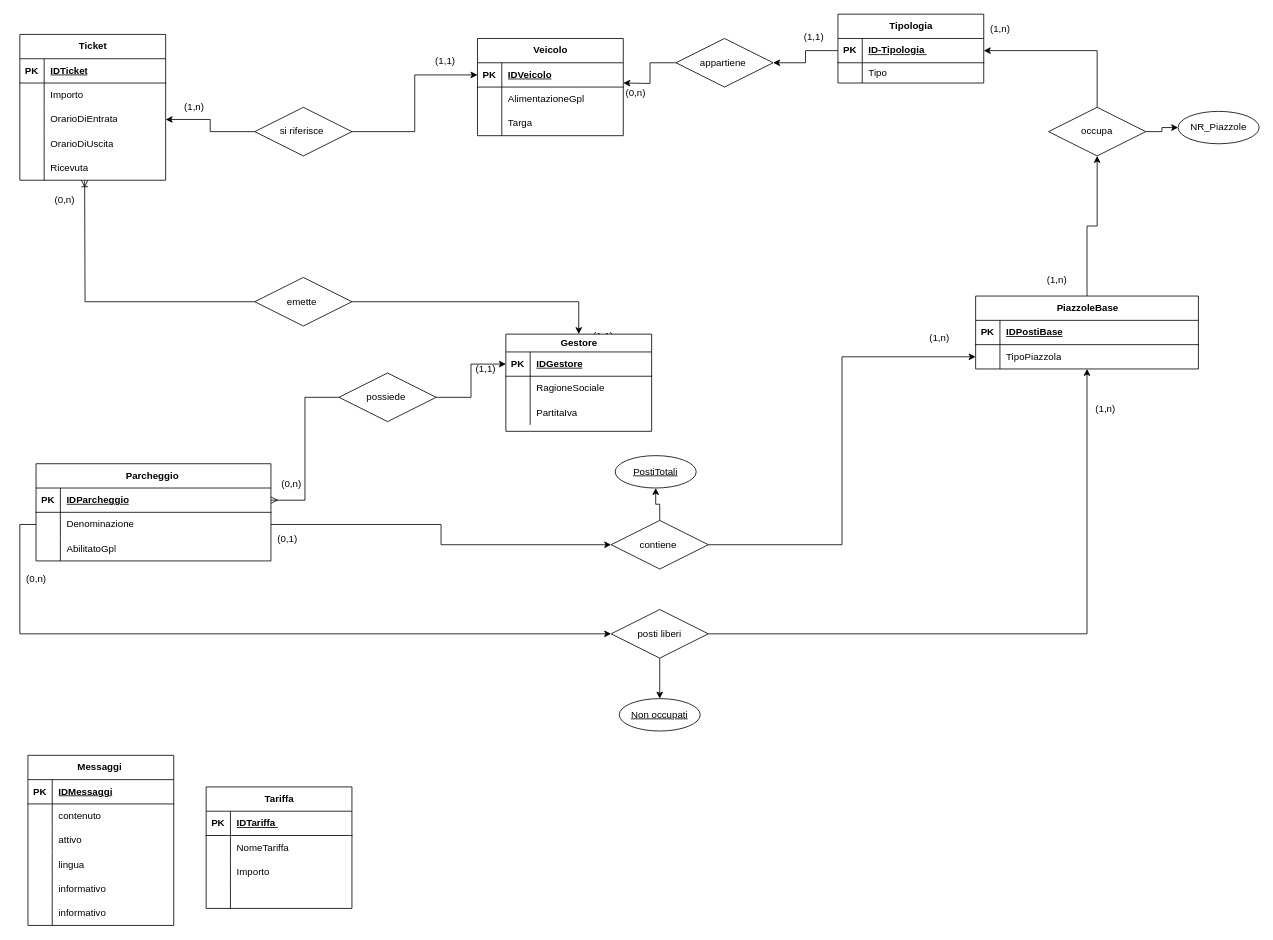
Above: page "schema logico" (1 of 2) of analisi/schema-logico-fisico.drawio in SuperMauro1966/Gestione_parcheggio (draw.io), before the change. Source tidied: cells renumbered, new cells numbered last; positions are measured from the earlier drawing's top-left corner, leaving out a move shared by most shapes. Both pictures are drawn from the tidied source at 81%, with x=0, y=0 at pixel (15, 14).
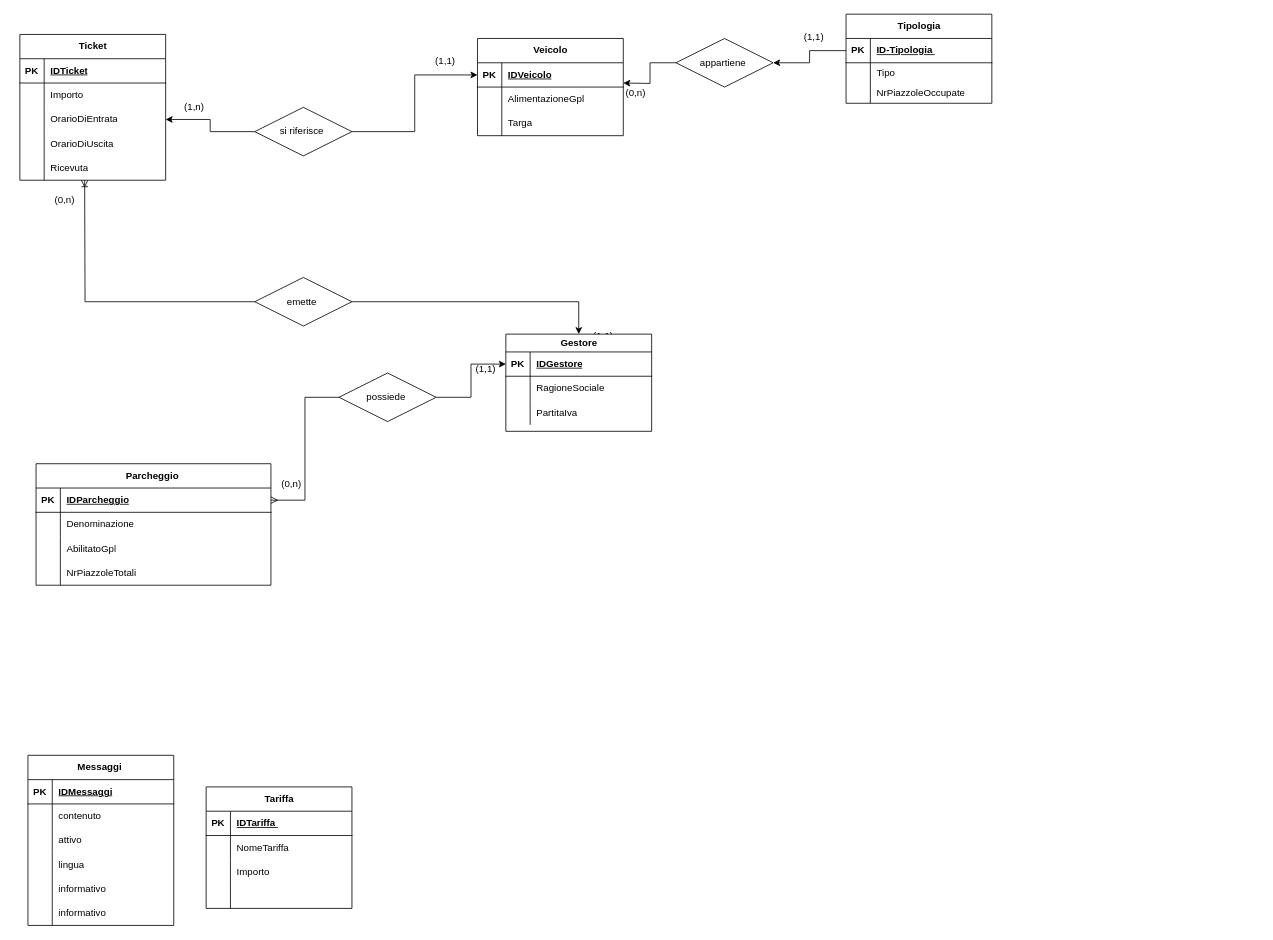
After the change.

Commit message (it also covers changes not shown here):
abbiamo modificato il numero delle piazzole, e abbiamo rimosso tutta la gestione delle piazzole

The change refers to these unchanged cells:
```xml
<mxCell id="18" style="shape=tableRow;horizontal=0;startSize=0;swimlaneHead=0;swimlaneBody=0;fillColor=none;points=[[0,0.5],[1,0.5]];portConstraint=eastwest;top=0;left=0;right=0;bottom=1;" parent="17" vertex="1">
  <mxGeometry y="30" width="180" height="30" as="geometry" />
</mxCell>
<mxCell id="69" style="shape=tableRow;horizontal=0;startSize=0;swimlaneHead=0;swimlaneBody=0;fillColor=none;points=[[0,0.5],[1,0.5]];portConstraint=eastwest;top=0;left=0;right=0;bottom=0;" parent="65" vertex="1">
  <mxGeometry y="60" width="290" height="30" as="geometry" />
</mxCell>
```

What changed in the source:
```diff
@@
     <mxCell id="17" value="Tipologia" style="shape=table;startSize=30;childLayout=tableLayout;rowLines=0;fontStyle=1;align=center;html=1;" parent="1" vertex="1">
-      <mxGeometry x="1015" width="180" height="85" as="geometry" />
+      <mxGeometry x="1025" width="180" height="110" as="geometry" />
     </mxCell>
@@
+    <mxCell id="135" style="shape=tableRow;horizontal=0;startSize=0;swimlaneHead=0;swimlaneBody=0;fillColor=none;top=0;left=0;right=0;bottom=0;" parent="17" vertex="1">
+      <mxGeometry y="85" width="180" height="25" as="geometry" />
+    </mxCell>
+    <mxCell id="136" style="shape=partialRectangle;fillColor=none;top=0;left=0;bottom=0;right=0;overflow=hidden;whiteSpace=wrap;html=1;" parent="135" vertex="1">
+      <mxGeometry width="30" height="25" as="geometry" />
+    </mxCell>
+    <mxCell id="137" value="NrPiazzoleOccupate" style="shape=partialRectangle;fillColor=none;top=0;left=0;bottom=0;right=0;align=left;spacingLeft=6;overflow=hidden;whiteSpace=wrap;html=1;" parent="135" vertex="1">
+      <mxGeometry x="30" width="150" height="25" as="geometry" />
+    </mxCell>
@@
     <mxCell id="65" value="Parcheggio&amp;nbsp;" style="shape=table;startSize=30;childLayout=tableLayout;rowLines=0;fontStyle=1;align=center;html=1;" parent="1" vertex="1">
-      <mxGeometry x="25" y="555" width="290" height="120" as="geometry" />
+      <mxGeometry x="25" y="555" width="290" height="150" as="geometry" />
     </mxCell>
@@
-    <mxCell id="75" style="edgeStyle=orthogonalEdgeStyle;rounded=0;jettySize=auto;html=1;exitX=0.5;exitY=0;exitDx=0;exitDy=0;entryX=0.5;entryY=1;entryDx=0;entryDy=0;" parent="1" edge="1" source="76" target="85">
-      <mxGeometry relative="1" as="geometry" />
-    </mxCell>
-    <mxCell id="76" value="PiazzoleBase" style="shape=table;startSize=30;childLayout=tableLayout;rowLines=0;fontStyle=1;align=center;html=1;" parent="1" vertex="1">
-      <mxGeometry x="1185" y="348" width="275" height="90" as="geometry" />
-    </mxCell>
-    <mxCell id="77" style="shape=tableRow;horizontal=0;startSize=0;swimlaneHead=0;swimlaneBody=0;fillColor=none;top=0;left=0;right=0;bottom=1;" parent="76" vertex="1">
-      <mxGeometry y="30" width="275" height="30" as="geometry" />
-    </mxCell>
-    <mxCell id="78" value="PK" style="shape=partialRectangle;fillColor=none;top=0;left=0;bottom=0;right=0;fontStyle=1;overflow=hidden;whiteSpace=wrap;html=1;" parent="77" vertex="1">
-      <mxGeometry width="30" height="30" as="geometry" />
-    </mxCell>
-    <mxCell id="79" value="IDPostiBase" style="shape=partialRectangle;fillColor=none;top=0;left=0;bottom=0;right=0;align=left;spacingLeft=6;fontStyle=5;overflow=hidden;whiteSpace=wrap;html=1;" parent="77" vertex="1">
-      <mxGeometry x="30" width="245" height="30" as="geometry" />
-    </mxCell>
-    <mxCell id="80" style="shape=tableRow;horizontal=0;startSize=0;swimlaneHead=0;swimlaneBody=0;fillColor=none;points=[[0,0.5],[1,0.5]];portConstraint=eastwest;top=0;left=0;right=0;bottom=0;" parent="76" vertex="1">
-      <mxGeometry y="60" width="275" height="30" as="geometry" />
-    </mxCell>
+    <mxCell id="138" style="shape=tableRow;horizontal=0;startSize=0;swimlaneHead=0;swimlaneBody=0;fillColor=none;top=0;left=0;right=0;bottom=0;" parent="65" vertex="1">
+      <mxGeometry y="120" width="290" height="30" as="geometry" />
+    </mxCell>
-    <mxCell id="81" style="shape=partialRectangle;fillColor=none;top=0;left=0;bottom=0;right=0;overflow=hidden;whiteSpace=wrap;html=1;" parent="80" vertex="1">
+    <mxCell id="81" style="shape=partialRectangle;fillColor=none;top=0;left=0;bottom=0;right=0;overflow=hidden;whiteSpace=wrap;html=1;" parent="138" vertex="1">
       <mxGeometry width="30" height="30" as="geometry" />
     </mxCell>
-    <mxCell id="82" value="TipoPiazzola" style="shape=partialRectangle;fillColor=none;top=0;left=0;bottom=0;right=0;align=left;spacingLeft=6;overflow=hidden;whiteSpace=wrap;html=1;" parent="80" vertex="1">
-      <mxGeometry x="30" width="245" height="30" as="geometry" />
-    </mxCell>
-    <mxCell id="83" style="edgeStyle=orthogonalEdgeStyle;rounded=0;jettySize=auto;html=1;exitX=0.5;exitY=0;exitDx=0;exitDy=0;entryX=1;entryY=0.5;entryDx=0;entryDy=0;" parent="1" edge="1" source="85" target="18">
-      <mxGeometry relative="1" as="geometry" />
-    </mxCell>
-    <mxCell id="84" style="edgeStyle=orthogonalEdgeStyle;rounded=0;jettySize=auto;html=1;exitX=1;exitY=0.5;exitDx=0;exitDy=0;entryX=0;entryY=0.5;entryDx=0;entryDy=0;" parent="1" edge="1" source="85" target="88">
-      <mxGeometry relative="1" as="geometry" />
-    </mxCell>
-    <mxCell id="85" value="occupa" style="shape=rhombus;perimeter=rhombusPerimeter;whiteSpace=wrap;html=1;align=center;" parent="1" vertex="1">
-      <mxGeometry x="1275" y="115" width="120" height="60" as="geometry" />
-    </mxCell>
-    <mxCell id="86" value="(1,n)" style="text;html=1;align=center;verticalAlign=middle;strokeColor=none;fillColor=none;" parent="1" vertex="1">
-      <mxGeometry x="1260" y="313" width="50" height="30" as="geometry" />
-    </mxCell>
-    <mxCell id="87" value="(1,n)" style="text;html=1;align=center;verticalAlign=middle;strokeColor=none;fillColor=none;" parent="1" vertex="1">
-      <mxGeometry x="1190" y="3" width="50" height="30" as="geometry" />
-    </mxCell>
-    <mxCell id="88" value="NR_Piazzole" style="ellipse;whiteSpace=wrap;html=1;align=center;" parent="1" vertex="1">
-      <mxGeometry x="1435" y="120" width="100" height="40" as="geometry" />
-    </mxCell>
-    <mxCell id="89" style="edgeStyle=orthogonalEdgeStyle;rounded=0;jettySize=auto;html=1;exitX=0.5;exitY=0;exitDx=0;exitDy=0;entryX=0.5;entryY=1;entryDx=0;entryDy=0;" parent="1" edge="1" source="91" target="120">
-      <mxGeometry relative="1" as="geometry" />
-    </mxCell>
-    <mxCell id="90" style="edgeStyle=orthogonalEdgeStyle;rounded=0;jettySize=auto;html=1;exitX=1;exitY=0.5;exitDx=0;exitDy=0;entryX=0;entryY=0.5;entryDx=0;entryDy=0;" parent="1" edge="1" source="91" target="80">
-      <mxGeometry relative="1" as="geometry" />
-    </mxCell>
-    <mxCell id="91" value="contiene&amp;nbsp;" style="shape=rhombus;perimeter=rhombusPerimeter;whiteSpace=wrap;html=1;align=center;" parent="1" vertex="1">
-      <mxGeometry x="735" y="625" width="120" height="60" as="geometry" />
-    </mxCell>
-    <mxCell id="92" style="edgeStyle=orthogonalEdgeStyle;rounded=0;jettySize=auto;html=1;exitX=1;exitY=0.5;exitDx=0;exitDy=0;entryX=0;entryY=0.5;entryDx=0;entryDy=0;" parent="1" edge="1" source="69" target="91">
-      <mxGeometry relative="1" as="geometry" />
-    </mxCell>
-    <mxCell id="93" value="(1,n)" style="text;html=1;align=center;verticalAlign=middle;strokeColor=none;fillColor=none;" parent="1" vertex="1">
-      <mxGeometry x="1115" y="385" width="50" height="30" as="geometry" />
-    </mxCell>
-    <mxCell id="94" value="(0,1)" style="text;html=1;align=center;verticalAlign=middle;strokeColor=none;fillColor=none;" parent="1" vertex="1">
-      <mxGeometry x="310" y="633" width="50" height="30" as="geometry" />
-    </mxCell>
-    <mxCell id="95" style="edgeStyle=orthogonalEdgeStyle;rounded=0;jettySize=auto;html=1;exitX=1;exitY=0.5;exitDx=0;exitDy=0;entryX=0.5;entryY=1;entryDx=0;entryDy=0;" parent="1" edge="1" source="97" target="76">
-      <mxGeometry relative="1" as="geometry" />
-    </mxCell>
-    <mxCell id="96" style="edgeStyle=orthogonalEdgeStyle;rounded=0;jettySize=auto;html=1;exitX=0.5;exitY=1;exitDx=0;exitDy=0;entryX=0.5;entryY=0;entryDx=0;entryDy=0;" parent="1" edge="1" source="97" target="99">
-      <mxGeometry relative="1" as="geometry" />
-    </mxCell>
-    <mxCell id="97" value="posti liberi" style="shape=rhombus;perimeter=rhombusPerimeter;whiteSpace=wrap;html=1;align=center;" parent="1" vertex="1">
-      <mxGeometry x="735" y="735" width="120" height="60" as="geometry" />
-    </mxCell>
-    <mxCell id="98" style="edgeStyle=orthogonalEdgeStyle;rounded=0;jettySize=auto;html=1;exitX=0;exitY=0.5;exitDx=0;exitDy=0;entryX=0;entryY=0.5;entryDx=0;entryDy=0;" parent="1" edge="1" source="69" target="97">
-      <mxGeometry relative="1" as="geometry" />
-    </mxCell>
-    <mxCell id="99" value="Non occupati" style="ellipse;whiteSpace=wrap;html=1;align=center;fontStyle=4;" parent="1" vertex="1">
-      <mxGeometry x="745" y="845" width="100" height="40" as="geometry" />
-    </mxCell>
+    <mxCell id="139" value="NrPiazzoleTotali" style="shape=partialRectangle;fillColor=none;top=0;left=0;bottom=0;right=0;align=left;spacingLeft=6;overflow=hidden;whiteSpace=wrap;html=1;" parent="138" vertex="1">
+      <mxGeometry x="30" width="260" height="30" as="geometry" />
+    </mxCell>
@@
-    <mxCell id="119" value="(1,n)" style="text;html=1;align=center;verticalAlign=middle;strokeColor=none;fillColor=none;" parent="1" vertex="1">
-      <mxGeometry x="1320" y="473" width="50" height="30" as="geometry" />
-    </mxCell>
-    <mxCell id="120" value="PostiTotali" style="ellipse;whiteSpace=wrap;html=1;align=center;fontStyle=4;" parent="1" vertex="1">
-      <mxGeometry x="740" y="545" width="100" height="40" as="geometry" />
-    </mxCell>
-    <mxCell id="121" value="(0,n)" style="text;html=1;align=center;verticalAlign=middle;strokeColor=none;fillColor=none;" parent="1" vertex="1">
-      <mxGeometry y="683" width="50" height="30" as="geometry" />
-    </mxCell>
```
